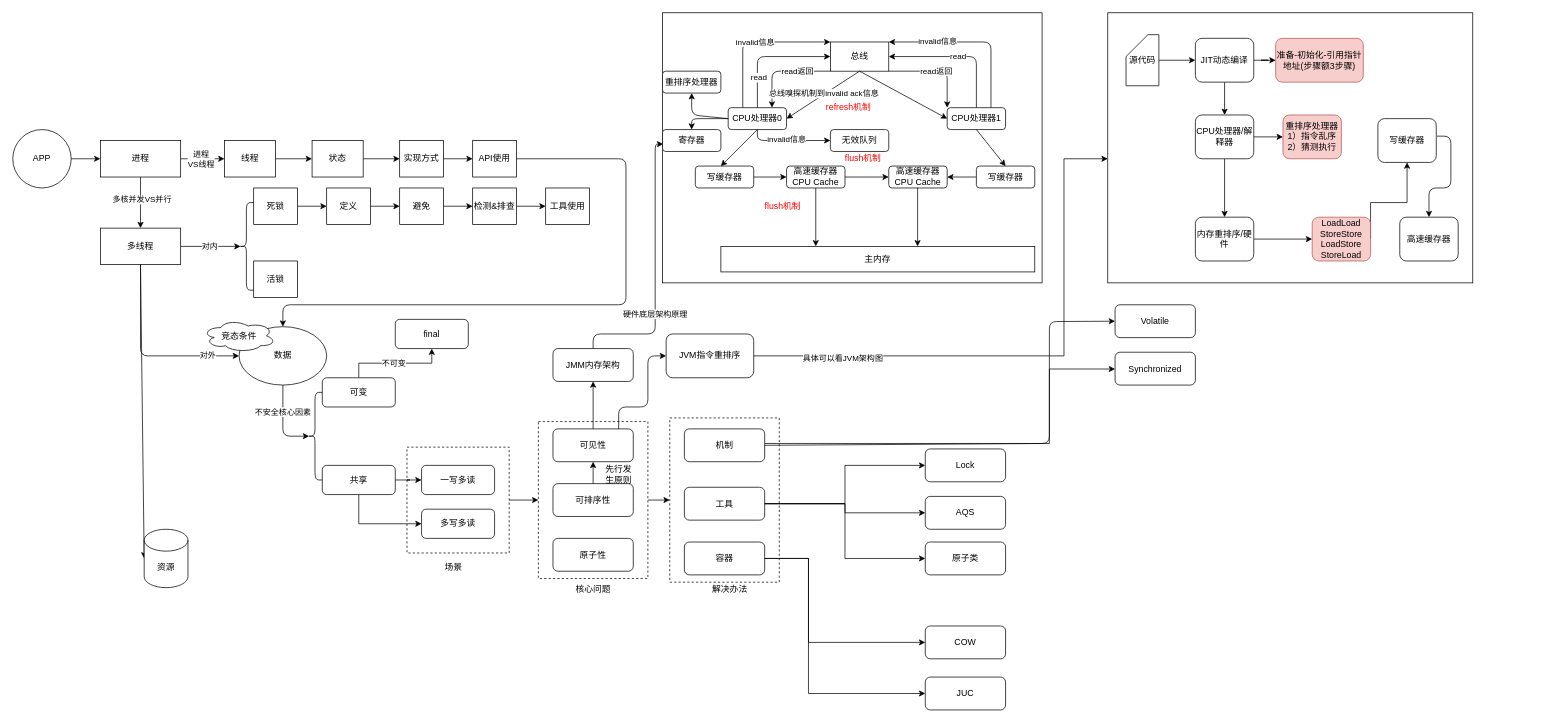
Earlier version of the draw.io diagram 并发编程.drawio (xiaochengxinyizhan/Three-Year-Plan). Source tidied: cells renumbered, new cells numbered last; positions are measured from the earlier drawing's top-left corner, leaving out a move shared by most shapes. Both pictures are drawn from the tidied source at 73%, with x=0, y=0 at pixel (12, 12).
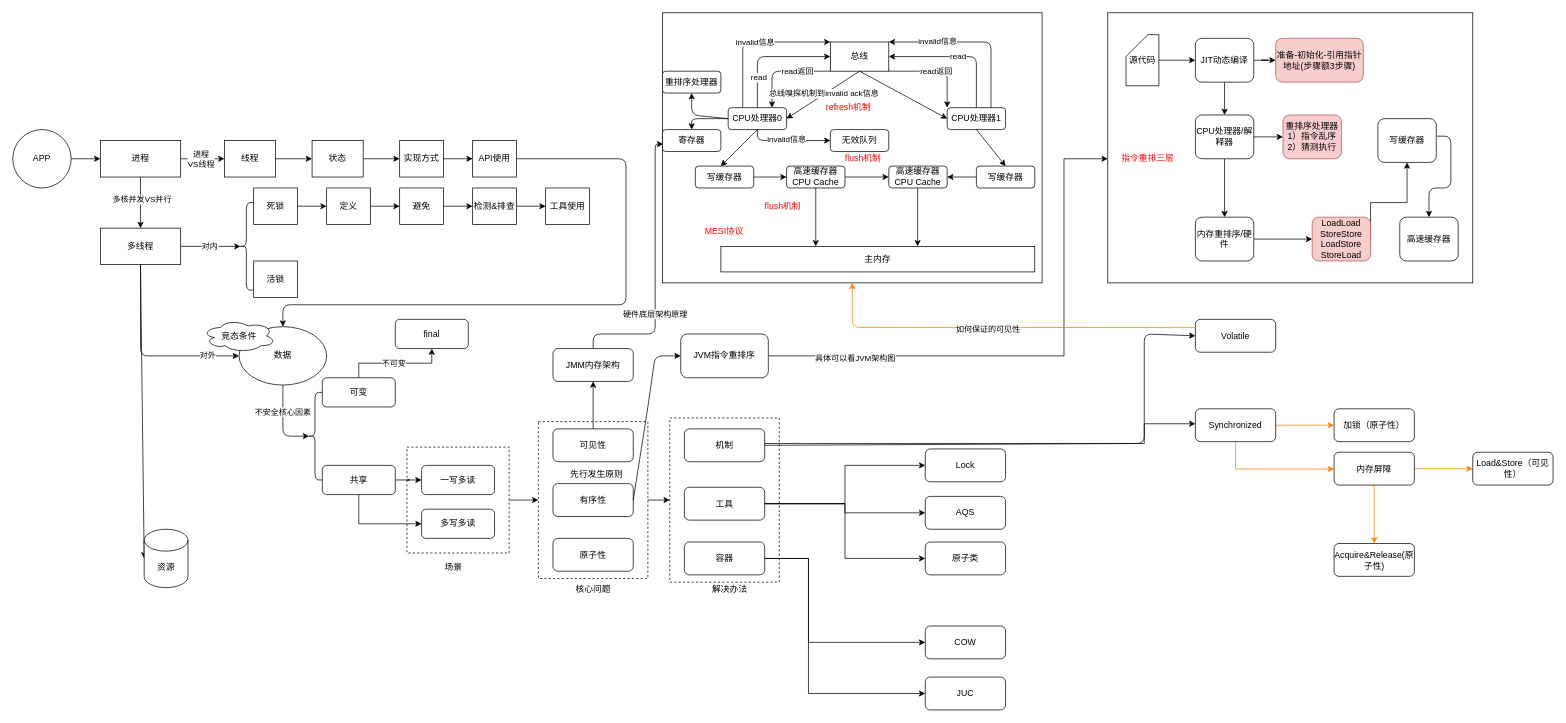
After the change.

Unchanged cells that the change refers to:
```xml
<mxCell id="51" value="可见性" style="rounded=1;whiteSpace=wrap;html=1;" parent="1" vertex="1">
  <mxGeometry x="740" y="570" width="110" height="45" as="geometry" />
</mxCell>
<mxCell id="55" value="机制" style="rounded=1;whiteSpace=wrap;html=1;" parent="1" vertex="1">
  <mxGeometry x="920" y="570" width="110" height="45" as="geometry" />
</mxCell>
<mxCell id="81" style="rounded=0;whiteSpace=wrap;html=1;" parent="1" vertex="1">
  <mxGeometry x="890" width="520" height="370" as="geometry" />
</mxCell>
```

What changed in the source:
```diff
@@
-    <mxCell id="53" value="可排序性" style="rounded=1;whiteSpace=wrap;html=1;" parent="1" vertex="1">
+    <mxCell id="53" value="有序性" style="rounded=1;whiteSpace=wrap;html=1;" parent="1" vertex="1">
       <mxGeometry x="740" y="645" width="110" height="45" as="geometry" />
     </mxCell>
     <mxCell id="54" style="edgeStyle=orthogonalEdgeStyle;rounded=0;jettySize=auto;html=1;" parent="1" edge="1" source="55" target="69">
       <mxGeometry relative="1" as="geometry">
         <Array as="points">
-          <mxPoint x="1420" y="590" />
-          <mxPoint x="1420" y="488" />
+          <mxPoint x="1550" y="590" />
+          <mxPoint x="1550" y="563" />
         </Array>
       </mxGeometry>
     </mxCell>
@@
     <mxCell id="67" style="endArrow=classic;html=1;exitX=1;exitY=0.5;exitDx=0;exitDy=0;entryX=0;entryY=0.5;entryDx=0;entryDy=0;" parent="1" edge="1" source="55" target="68">
       <mxGeometry relative="1" as="geometry">
         <Array as="points">
-          <mxPoint x="1420" y="590" />
-          <mxPoint x="1420" y="423" />
+          <mxPoint x="1550" y="590" />
+          <mxPoint x="1550" y="440" />
         </Array>
       </mxGeometry>
     </mxCell>
     <mxCell id="68" value="Volatile" style="rounded=1;whiteSpace=wrap;html=1;" parent="1" vertex="1">
-      <mxGeometry x="1510" y="400" width="110" height="45" as="geometry" />
+      <mxGeometry x="1620" y="420" width="110" height="45" as="geometry" />
     </mxCell>
+    <mxCell id="144" style="edgeStyle=orthogonalEdgeStyle;rounded=0;jettySize=auto;html=1;strokeColor=#FF8000;" parent="1" edge="1" source="69" target="150">
+      <mxGeometry relative="1" as="geometry" />
+    </mxCell>
+    <mxCell id="145" style="edgeStyle=orthogonalEdgeStyle;rounded=0;jettySize=auto;html=1;strokeColor=#FF8000;" parent="1" edge="1" source="69" target="153">
+      <mxGeometry relative="1" as="geometry">
+        <Array as="points">
+          <mxPoint x="1675" y="625" />
+        </Array>
+      </mxGeometry>
+    </mxCell>
     <mxCell id="69" value="Synchronized" style="rounded=1;whiteSpace=wrap;html=1;" parent="1" vertex="1">
-      <mxGeometry x="1510" y="465" width="110" height="45" as="geometry" />
+      <mxGeometry x="1620" y="542.5" width="110" height="45" as="geometry" />
     </mxCell>
@@
-    <mxCell id="120" style="endArrow=classic;html=1;entryX=0;entryY=0.5;entryDx=0;entryDy=0;" parent="1" edge="1" target="123">
+    <mxCell id="120" style="endArrow=classic;html=1;entryX=0;entryY=0.5;entryDx=0;entryDy=0;exitX=1;exitY=0.5;exitDx=0;exitDy=0;" parent="1" edge="1" source="53" target="123">
       <mxGeometry relative="1" as="geometry">
-        <mxPoint x="830" y="570" as="sourcePoint" />
         <Array as="points">
-          <mxPoint x="830" y="540" />
           <mxPoint x="870" y="540" />
-          <mxPoint x="870" y="470" />
+          <mxPoint x="880" y="470" />
         </Array>
       </mxGeometry>
     </mxCell>
@@
     <mxCell id="123" value="JVM指令重排序" style="rounded=1;whiteSpace=wrap;html=1;" parent="1" vertex="1">
-      <mxGeometry x="895" y="440" width="120" height="60" as="geometry" />
+      <mxGeometry x="915" y="440" width="120" height="60" as="geometry" />
     </mxCell>
@@
-    <mxCell id="140" style="endArrow=classic;html=1;entryX=0.5;entryY=1;entryDx=0;entryDy=0;exitX=0.5;exitY=0;exitDx=0;exitDy=0;" parent="1" edge="1" source="53" target="51">
-      <mxGeometry relative="1" as="geometry" />
-    </mxCell>
     <mxCell id="141" value="先行发生原则" style="text;html=1;strokeColor=none;fillColor=none;align=center;verticalAlign=middle;whiteSpace=wrap;rounded=0;" parent="1" vertex="1">
-      <mxGeometry x="810" y="623" width="40" height="20" as="geometry" />
+      <mxGeometry x="750" y="623" width="100" height="20" as="geometry" />
     </mxCell>
@@
+    <mxCell id="146" value="&lt;font color=&quot;#ff0000&quot;&gt;MESI协议&lt;/font&gt;" style="text;html=1;strokeColor=none;fillColor=none;align=center;verticalAlign=middle;whiteSpace=wrap;rounded=0;" parent="1" vertex="1">
+      <mxGeometry x="930" y="290" width="90" height="20" as="geometry" />
+    </mxCell>
+    <mxCell id="147" value="&lt;font color=&quot;#ff0000&quot;&gt;指令重排三层&lt;/font&gt;" style="text;html=1;strokeColor=none;fillColor=none;align=center;verticalAlign=middle;whiteSpace=wrap;rounded=0;" parent="1" vertex="1">
+      <mxGeometry x="1510" y="190" width="90" height="20" as="geometry" />
+    </mxCell>
+    <mxCell id="148" style="endArrow=classic;html=1;exitX=0;exitY=0.25;exitDx=0;exitDy=0;entryX=0.5;entryY=1;entryDx=0;entryDy=0;strokeColor=#FF8000;" parent="1" edge="1" source="68" target="81">
+      <mxGeometry relative="1" as="geometry">
+        <Array as="points">
+          <mxPoint x="1150" y="431" />
+        </Array>
+      </mxGeometry>
+    </mxCell>
+    <mxCell id="149" value="如何保证的可见性" style="edgeLabel;html=1;align=center;verticalAlign=middle;" parent="148" vertex="1">
+      <mxGeometry x="0.07" y="2" relative="1" as="geometry" />
+    </mxCell>
+    <mxCell id="150" value="加锁（原子性）" style="rounded=1;whiteSpace=wrap;html=1;" parent="1" vertex="1">
+      <mxGeometry x="1810" y="542.5" width="110" height="45" as="geometry" />
+    </mxCell>
+    <mxCell id="151" style="edgeStyle=orthogonalEdgeStyle;rounded=0;jettySize=auto;html=1;strokeColor=#FF8000;" parent="1" edge="1" source="153" target="154">
+      <mxGeometry relative="1" as="geometry" />
+    </mxCell>
+    <mxCell id="152" style="edgeStyle=orthogonalEdgeStyle;rounded=0;jettySize=auto;html=1;strokeColor=#FF8000;" parent="1" edge="1" source="153" target="155">
+      <mxGeometry relative="1" as="geometry" />
+    </mxCell>
+    <mxCell id="153" value="内存屏障" style="rounded=1;whiteSpace=wrap;html=1;" parent="1" vertex="1">
+      <mxGeometry x="1810" y="602" width="110" height="45" as="geometry" />
+    </mxCell>
+    <mxCell id="154" value="Load&amp;amp;Store（可见性）" style="rounded=1;whiteSpace=wrap;html=1;" parent="1" vertex="1">
+      <mxGeometry x="2000" y="602" width="110" height="45" as="geometry" />
+    </mxCell>
+    <mxCell id="155" value="Acquire&amp;amp;Release(原子性)" style="rounded=1;whiteSpace=wrap;html=1;" parent="1" vertex="1">
+      <mxGeometry x="1810" y="727" width="110" height="45" as="geometry" />
+    </mxCell>
```
